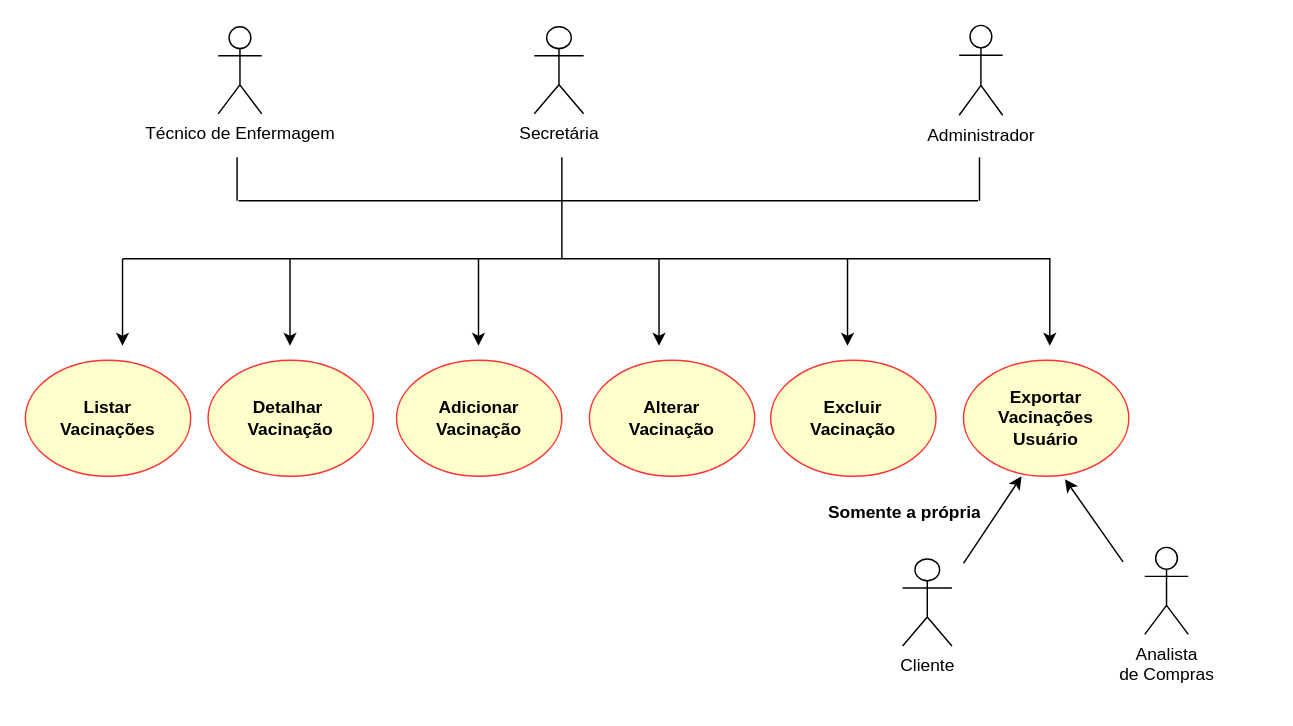
Before: page "Usuário" (1 of 7) of projetoConclusaoPos/tcc/proj/diagramas-casos-uso/diagrama-caso-uso-gerenciar-vacinacao.drawio in georgiamcs/posPucMinas2022, a draw.io diagram. Source tidied: cells renumbered, new cells numbered last; positions are measured from the earlier drawing's top-left corner, leaving out a move shared by most shapes. Both pictures are drawn from the tidied source at 145%, with x=0, y=0 at pixel (25, 25).
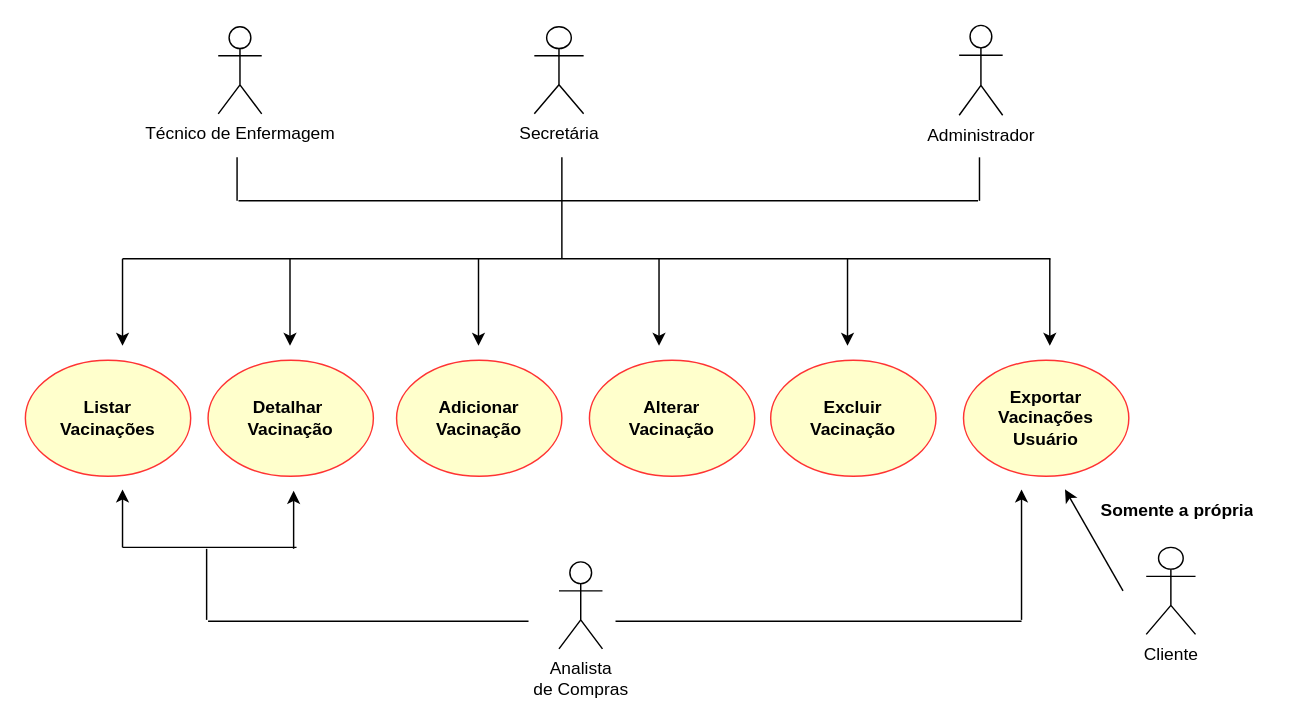
Above is the later version.

Diff of the diagram source:
```diff
@@
     <mxCell id="2" value="Analista&lt;br&gt;de Compras" style="shape=umlActor;verticalLabelPosition=bottom;verticalAlign=top;html=1;rounded=1;" parent="1" vertex="1">
-      <mxGeometry x="772" y="360" width="30" height="60" as="geometry" />
+      <mxGeometry x="368" y="370" width="30" height="60" as="geometry" />
     </mxCell>
@@
     <mxCell id="5" value="Cliente" style="shape=umlActor;verticalLabelPosition=bottom;verticalAlign=top;html=1;rounded=1;" parent="1" vertex="1">
-      <mxGeometry x="605" y="368" width="34" height="60" as="geometry" />
+      <mxGeometry x="773" y="360" width="34" height="60" as="geometry" />
     </mxCell>
@@
     <mxCell id="25" style="endArrow=classic;html=1;rounded=0;" parent="1" edge="1">
       <mxGeometry relative="1" as="geometry">
-        <mxPoint x="647" y="371" as="sourcePoint" />
-        <mxPoint x="687" y="311" as="targetPoint" />
+        <mxPoint x="687" y="410" as="sourcePoint" />
+        <mxPoint x="687" y="320" as="targetPoint" />
       </mxGeometry>
     </mxCell>
     <mxCell id="26" style="endArrow=classic;html=1;rounded=0;" parent="1" edge="1">
       <mxGeometry relative="1" as="geometry">
-        <mxPoint x="757" y="370" as="sourcePoint" />
-        <mxPoint x="717" y="313" as="targetPoint" />
+        <mxPoint x="757" y="390" as="sourcePoint" />
+        <mxPoint x="717" y="320" as="targetPoint" />
       </mxGeometry>
     </mxCell>
     <mxCell id="27" value="&lt;h1&gt;&lt;font style=&quot;font-size: 12px;&quot;&gt;Somente a própria&lt;/font&gt;&lt;/h1&gt;" style="text;html=1;strokeColor=none;fillColor=none;spacing=5;spacingTop=-20;whiteSpace=wrap;overflow=hidden;rounded=0;" parent="1" vertex="1">
-      <mxGeometry x="549" y="312" width="120" height="40" as="geometry" />
+      <mxGeometry x="737" y="311" width="120" height="40" as="geometry" />
     </mxCell>
+    <mxCell id="28" style="endArrow=none;html=1;rounded=0;" parent="1" edge="1">
+      <mxGeometry relative="1" as="geometry">
+        <mxPoint x="67" y="360" as="sourcePoint" />
+        <mxPoint x="187" y="360" as="targetPoint" />
+      </mxGeometry>
+    </mxCell>
+    <mxCell id="29" style="endArrow=classic;html=1;rounded=0;" parent="1" edge="1">
+      <mxGeometry relative="1" as="geometry">
+        <mxPoint x="67" y="360" as="sourcePoint" />
+        <mxPoint x="67" y="320" as="targetPoint" />
+      </mxGeometry>
+    </mxCell>
+    <mxCell id="30" style="endArrow=classic;html=1;rounded=0;" parent="1" edge="1">
+      <mxGeometry relative="1" as="geometry">
+        <mxPoint x="185" y="361" as="sourcePoint" />
+        <mxPoint x="185" y="321" as="targetPoint" />
+      </mxGeometry>
+    </mxCell>
+    <mxCell id="31" style="endArrow=none;html=1;rounded=0;" parent="1" edge="1">
+      <mxGeometry relative="1" as="geometry">
+        <mxPoint x="125" y="361" as="sourcePoint" />
+        <mxPoint x="125" y="410" as="targetPoint" />
+      </mxGeometry>
+    </mxCell>
+    <mxCell id="32" style="endArrow=none;html=1;rounded=0;" parent="1" edge="1">
+      <mxGeometry relative="1" as="geometry">
+        <mxPoint x="126" y="411" as="sourcePoint" />
+        <mxPoint x="347" y="411" as="targetPoint" />
+      </mxGeometry>
+    </mxCell>
+    <mxCell id="33" style="endArrow=none;html=1;rounded=0;" parent="1" edge="1">
+      <mxGeometry relative="1" as="geometry">
+        <mxPoint x="407" y="411" as="sourcePoint" />
+        <mxPoint x="687" y="411" as="targetPoint" />
+      </mxGeometry>
+    </mxCell>
```
